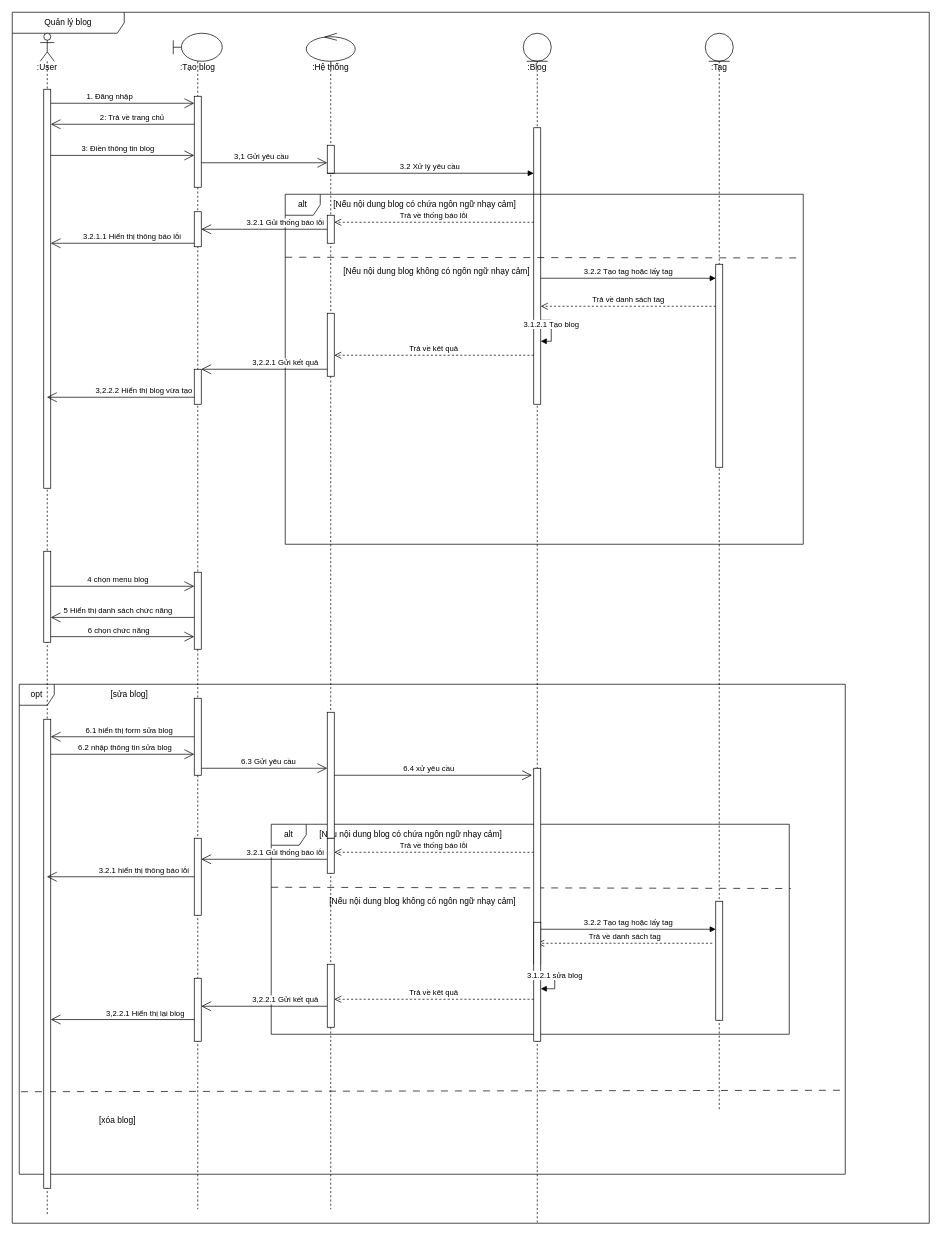
This is page "Page-4" (4 of 10) of BlogProject/BlogProject/DangKySequence.drawio from TranThanhHoang123/Blog, a draw.io file, before an edit. Source tidied: cells renumbered, new cells numbered last; positions are measured from the earlier drawing's top-left corner, leaving out a move shared by most shapes. Both pictures are drawn from the tidied source at 70%, with x=0, y=0 at pixel (12, 12).
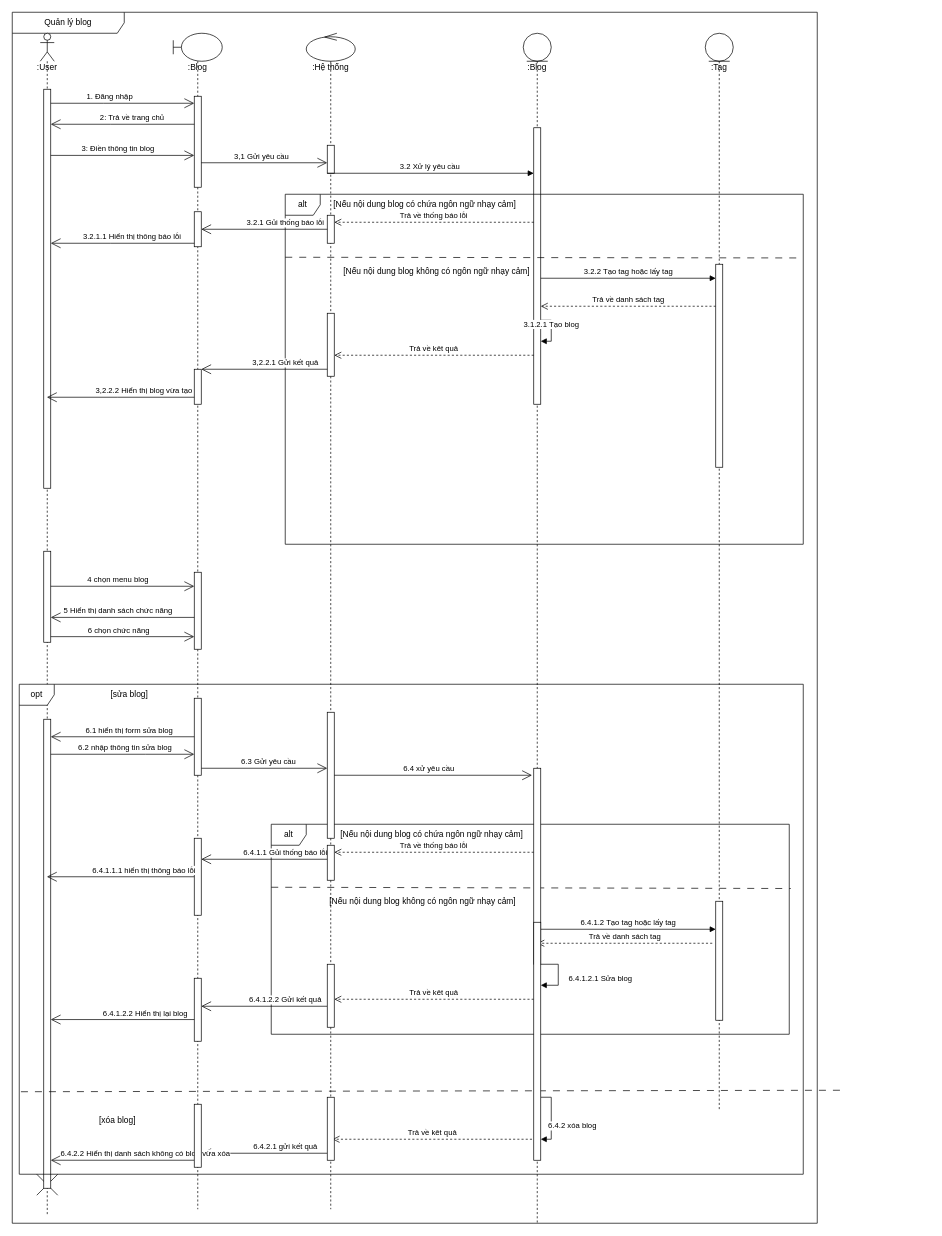
After the change.

The change refers to these unchanged cells:
```xml
<mxCell id="10" value="alt" style="shape=umlFrame;whiteSpace=wrap;html=1;width=50;" parent="3" vertex="1">
  <mxGeometry x="360" y="200" width="740" height="300" as="geometry" />
</mxCell>
<mxCell id="18" style="endArrow=open;endFill=1;endSize=12;html=1;rounded=0;" parent="3" edge="1">
  <mxGeometry relative="1" as="geometry">
    <mxPoint x="440" y="250" as="sourcePoint" />
    <mxPoint x="260" y="250" as="targetPoint" />
  </mxGeometry>
</mxCell>
<mxCell id="20" style="endArrow=open;endFill=1;endSize=12;html=1;rounded=0;" parent="3" edge="1">
  <mxGeometry relative="1" as="geometry">
    <mxPoint x="440" y="460" as="sourcePoint" />
    <mxPoint x="260" y="460" as="targetPoint" />
  </mxGeometry>
</mxCell>
<mxCell id="35" value="&lt;div&gt;&lt;br&gt;&lt;/div&gt;&lt;div&gt;&lt;br&gt;&lt;/div&gt;&lt;div&gt;&lt;br&gt;&lt;/div&gt;&lt;div&gt;&lt;br&gt;&lt;/div&gt;&lt;div&gt;:Hệ thống&lt;/div&gt;" style="shape=umlLifeline;perimeter=lifelinePerimeter;whiteSpace=wrap;html=1;newEdgeStyle={&quot;curved&quot;:0,&quot;rounded&quot;:0};participant=umlControl;size=40;" parent="2" vertex="1">
  <mxGeometry x="420" y="30" width="70" height="1680" as="geometry" />
</mxCell>
<mxCell id="42" value="&lt;div&gt;&lt;br&gt;&lt;/div&gt;&lt;div&gt;&lt;br&gt;&lt;/div&gt;&lt;div&gt;&lt;br&gt;&lt;/div&gt;&lt;div&gt;&lt;br&gt;&lt;/div&gt;&lt;div&gt;:Blog&lt;/div&gt;" style="shape=umlLifeline;perimeter=lifelinePerimeter;whiteSpace=wrap;html=1;newEdgeStyle={&quot;curved&quot;:0,&quot;rounded&quot;:0};participant=umlEntity;" parent="2" vertex="1">
  <mxGeometry x="730" y="30" width="40" height="1700" as="geometry" />
</mxCell>
<mxCell id="86" style="endArrow=open;endFill=1;endSize=12;html=1;rounded=0;" parent="2" edge="1" source="32" target="23">
  <mxGeometry relative="1" as="geometry" />
</mxCell>
<mxCell id="88" style="endArrow=open;endFill=1;endSize=12;html=1;rounded=0;" parent="2" edge="1">
  <mxGeometry relative="1" as="geometry">
    <mxPoint x="260" y="1439" as="sourcePoint" />
    <mxPoint x="55" y="1439" as="targetPoint" />
  </mxGeometry>
</mxCell>
```

What changed in the source:
```diff
@@
     <mxCell id="2" value="Quản lý blog" style="shape=umlFrame;whiteSpace=wrap;html=1;width=160;" parent="1" vertex="1">
-      <mxGeometry width="1310" height="1730" as="geometry" />
+      <mxGeometry width="1150" height="1730" as="geometry" />
     </mxCell>
+    <mxCell id="90" style="shape=umlDestroy;html=1;" parent="2" vertex="1">
+      <mxGeometry x="35" y="1660" width="30" height="30" as="geometry" />
+    </mxCell>
+    <mxCell id="23" value="&lt;div&gt;&lt;br&gt;&lt;/div&gt;&lt;div&gt;&lt;br&gt;&lt;/div&gt;&lt;div&gt;&lt;br&gt;&lt;/div&gt;&lt;div&gt;&lt;br&gt;&lt;/div&gt;&lt;div&gt;&lt;span style=&quot;background-color: initial;&quot;&gt;:User&lt;/span&gt;&lt;br&gt;&lt;/div&gt;" style="shape=umlLifeline;perimeter=lifelinePerimeter;whiteSpace=wrap;html=1;outlineConnect=0;portConstraint=eastwest;newEdgeStyle={&quot;curved&quot;:0,&quot;rounded&quot;:0};participant=umlActor;size=40;" parent="2" vertex="1">
+      <mxGeometry x="40" y="30" width="20" height="1690" as="geometry" />
+    </mxCell>
+    <mxCell id="24" style="html=1;points=[[0,0,0,0,5],[0,1,0,0,-5],[1,0,0,0,5],[1,1,0,0,-5]];perimeter=orthogonalPerimeter;outlineConnect=0;targetShapes=umlLifeline;portConstraint=eastwest;newEdgeStyle={&quot;curved&quot;:0,&quot;rounded&quot;:0};" parent="23" vertex="1">
+      <mxGeometry x="5" y="80" width="10" height="570" as="geometry" />
+    </mxCell>
+    <mxCell id="25" style="html=1;perimeter=orthogonalPerimeter;targetShapes=umlLifeline;newEdgeStyle={&quot;curved&quot;:0,&quot;rounded&quot;:0};" parent="23" vertex="1">
+      <mxGeometry x="5" y="740" width="10" height="130" as="geometry" />
+    </mxCell>
+    <mxCell id="26" style="html=1;points=[[0,0,0,0,5],[0,1,0,0,-5],[1,0,0,0,5],[1,1,0,0,-5]];perimeter=orthogonalPerimeter;outlineConnect=0;targetShapes=umlLifeline;portConstraint=eastwest;newEdgeStyle={&quot;curved&quot;:0,&quot;rounded&quot;:0};" parent="23" vertex="1">
+      <mxGeometry x="5" y="980" width="10" height="670" as="geometry" />
+    </mxCell>
     <mxCell id="3" value="opt" style="shape=umlFrame;whiteSpace=wrap;html=1;width=50;" parent="2" vertex="1">
-      <mxGeometry x="10" y="960" width="1180" height="700" as="geometry" />
+      <mxGeometry x="10" y="960" width="1120" height="700" as="geometry" />
     </mxCell>
@@
     <mxCell id="11" value="[Nếu nội dung blog có chứa ngôn ngữ nhạy cảm]" style="text;align=center;html=1;" parent="10" vertex="1">
       <mxGeometry width="100" height="20" relative="1" as="geometry">
-        <mxPoint x="149" as="offset" />
+        <mxPoint x="179" as="offset" />
       </mxGeometry>
     </mxCell>
@@
-    <mxCell id="16" value="3.2.2 Tạo tag hoặc lấy tag" style="html=1;verticalAlign=bottom;endArrow=block;curved=0;rounded=0;" parent="10" edge="1">
+    <mxCell id="16" value="6.4.1.2 Tạo tag hoặc lấy tag" style="html=1;verticalAlign=bottom;endArrow=block;curved=0;rounded=0;" parent="10" edge="1">
       <mxGeometry relative="1" as="geometry">
         <mxPoint x="385" y="150" as="sourcePoint" />
         <mxPoint x="635" y="150" as="targetPoint" />
       </mxGeometry>
     </mxCell>
@@
-    <mxCell id="19" value="3.2.1 Gủi thống báo lỗi" style="edgeLabel;html=1;align=center;verticalAlign=middle;" parent="18" vertex="1">
+    <mxCell id="19" value="6.4.1.1 Gủi thống báo lỗi" style="edgeLabel;html=1;align=center;verticalAlign=middle;" parent="18" vertex="1">
       <mxGeometry x="-0.19" relative="1" as="geometry">
         <mxPoint x="12" y="-10" as="offset" />
       </mxGeometry>
     </mxCell>
@@
-    <mxCell id="21" value="3,2.2.1 Gửi kết quả" style="edgeLabel;html=1;align=center;verticalAlign=middle;" parent="20" vertex="1">
+    <mxCell id="21" value="6.4.1.2.2 Gửi kết quả" style="edgeLabel;html=1;align=center;verticalAlign=middle;" parent="20" vertex="1">
       <mxGeometry x="-0.19" relative="1" as="geometry">
         <mxPoint x="12" y="-10" as="offset" />
       </mxGeometry>
     </mxCell>
+    <mxCell id="91" value="6.4.2 xóa blog" style="html=1;verticalAlign=bottom;endArrow=block;curved=0;rounded=0;" parent="3" edge="1">
+      <mxGeometry x="0.44" y="30" relative="1" as="geometry">
+        <mxPoint x="745" y="590" as="sourcePoint" />
+        <mxPoint x="745" y="650" as="targetPoint" />
+        <Array as="points">
+          <mxPoint x="760" y="590" />
+          <mxPoint x="760" y="650" />
+        </Array>
+      </mxGeometry>
+    </mxCell>
@@
-    <mxCell id="23" value="&lt;div&gt;&lt;br&gt;&lt;/div&gt;&lt;div&gt;&lt;br&gt;&lt;/div&gt;&lt;div&gt;&lt;br&gt;&lt;/div&gt;&lt;div&gt;&lt;br&gt;&lt;/div&gt;&lt;div&gt;&lt;span style=&quot;background-color: initial;&quot;&gt;:User&lt;/span&gt;&lt;br&gt;&lt;/div&gt;" style="shape=umlLifeline;perimeter=lifelinePerimeter;whiteSpace=wrap;html=1;outlineConnect=0;portConstraint=eastwest;newEdgeStyle={&quot;curved&quot;:0,&quot;rounded&quot;:0};participant=umlActor;size=40;" parent="2" vertex="1">
-      <mxGeometry x="40" y="30" width="20" height="1690" as="geometry" />
-    </mxCell>
-    <mxCell id="24" style="html=1;points=[[0,0,0,0,5],[0,1,0,0,-5],[1,0,0,0,5],[1,1,0,0,-5]];perimeter=orthogonalPerimeter;outlineConnect=0;targetShapes=umlLifeline;portConstraint=eastwest;newEdgeStyle={&quot;curved&quot;:0,&quot;rounded&quot;:0};" parent="23" vertex="1">
-      <mxGeometry x="5" y="80" width="10" height="570" as="geometry" />
-    </mxCell>
-    <mxCell id="25" style="html=1;perimeter=orthogonalPerimeter;targetShapes=umlLifeline;newEdgeStyle={&quot;curved&quot;:0,&quot;rounded&quot;:0};" parent="23" vertex="1">
-      <mxGeometry x="5" y="740" width="10" height="130" as="geometry" />
-    </mxCell>
-    <mxCell id="26" style="html=1;points=[[0,0,0,0,5],[0,1,0,0,-5],[1,0,0,0,5],[1,1,0,0,-5]];perimeter=orthogonalPerimeter;outlineConnect=0;targetShapes=umlLifeline;portConstraint=eastwest;newEdgeStyle={&quot;curved&quot;:0,&quot;rounded&quot;:0};" parent="23" vertex="1">
-      <mxGeometry x="5" y="980" width="10" height="670" as="geometry" />
-    </mxCell>
+    <mxCell id="92" value="Trả về kêt quả" style="endArrow=open;startArrow=none;endFill=0;startFill=0;endSize=8;html=1;verticalAlign=bottom;dashed=1;labelBackgroundColor=none;rounded=0;" parent="3" edge="1">
+      <mxGeometry relative="1" as="geometry">
+        <mxPoint x="732.5" y="650" as="sourcePoint" />
+        <mxPoint x="447.5" y="650" as="targetPoint" />
+      </mxGeometry>
+    </mxCell>
+    <mxCell id="93" style="endArrow=open;endFill=1;endSize=12;html=1;rounded=0;" parent="3" edge="1" target="97">
+      <mxGeometry relative="1" as="geometry">
+        <mxPoint x="440" y="670" as="sourcePoint" />
+      </mxGeometry>
+    </mxCell>
+    <mxCell id="94" value="6.4.2.1 gửi kết quả" style="edgeLabel;html=1;align=center;verticalAlign=middle;" parent="93" vertex="1">
+      <mxGeometry x="-0.19" relative="1" as="geometry">
+        <mxPoint x="12" y="-10" as="offset" />
+      </mxGeometry>
+    </mxCell>
+    <mxCell id="95" style="endArrow=open;endFill=1;endSize=12;html=1;rounded=0;" parent="3" edge="1">
+      <mxGeometry relative="1" as="geometry">
+        <mxPoint x="250" y="680" as="sourcePoint" />
+        <mxPoint x="45" y="680" as="targetPoint" />
+      </mxGeometry>
+    </mxCell>
+    <mxCell id="96" value="6.4.2.2 Hiển thị danh sách không có blog vừa xóa" style="edgeLabel;html=1;align=center;verticalAlign=middle;" parent="95" vertex="1">
+      <mxGeometry x="-0.19" relative="1" as="geometry">
+        <mxPoint x="12" y="-10" as="offset" />
+      </mxGeometry>
+    </mxCell>
-    <mxCell id="27" value="&lt;div&gt;&lt;br&gt;&lt;/div&gt;&lt;div&gt;&lt;br&gt;&lt;/div&gt;&lt;div&gt;&lt;br&gt;&lt;/div&gt;&lt;div&gt;&lt;br&gt;&lt;/div&gt;&lt;div&gt;:Tạo blog&lt;/div&gt;" style="shape=umlLifeline;perimeter=lifelinePerimeter;whiteSpace=wrap;html=1;newEdgeStyle={&quot;curved&quot;:0,&quot;rounded&quot;:0};participant=umlBoundary;" parent="2" vertex="1">
+    <mxCell id="27" value="&lt;div&gt;&lt;br&gt;&lt;/div&gt;&lt;div&gt;&lt;br&gt;&lt;/div&gt;&lt;div&gt;&lt;br&gt;&lt;/div&gt;&lt;div&gt;&lt;br&gt;&lt;/div&gt;&lt;div&gt;:Blog&lt;/div&gt;" style="shape=umlLifeline;perimeter=lifelinePerimeter;whiteSpace=wrap;html=1;newEdgeStyle={&quot;curved&quot;:0,&quot;rounded&quot;:0};participant=umlBoundary;" parent="2" vertex="1">
       <mxGeometry x="230" y="30" width="70" height="1680" as="geometry" />
     </mxCell>
@@
+    <mxCell id="97" style="html=1;points=[[0,0,0,0,5],[0,1,0,0,-5],[1,0,0,0,5],[1,1,0,0,-5]];perimeter=orthogonalPerimeter;outlineConnect=0;targetShapes=umlLifeline;portConstraint=eastwest;newEdgeStyle={&quot;curved&quot;:0,&quot;rounded&quot;:0};" parent="27" vertex="1">
+      <mxGeometry x="30" y="1530" width="10" height="90" as="geometry" />
+    </mxCell>
@@
     <mxCell id="40" style="html=1;perimeter=orthogonalPerimeter;targetShapes=umlLifeline;newEdgeStyle={&quot;curved&quot;:0,&quot;rounded&quot;:0};" parent="35" vertex="1">
-      <mxGeometry x="30" y="1150" width="10" height="50" as="geometry" />
+      <mxGeometry x="30" y="1160" width="10" height="50" as="geometry" />
     </mxCell>
@@
+    <mxCell id="98" style="html=1;perimeter=orthogonalPerimeter;targetShapes=umlLifeline;newEdgeStyle={&quot;curved&quot;:0,&quot;rounded&quot;:0};" parent="35" vertex="1">
+      <mxGeometry x="30" y="1520" width="10" height="90" as="geometry" />
+    </mxCell>
@@
     <mxCell id="46" style="html=1;points=[[0,0,0,0,5],[0,1,0,0,-5],[1,0,0,0,5],[1,1,0,0,-5]];perimeter=orthogonalPerimeter;outlineConnect=0;targetShapes=umlLifeline;portConstraint=eastwest;newEdgeStyle={&quot;curved&quot;:0,&quot;rounded&quot;:0};" parent="42" vertex="1">
-      <mxGeometry x="15" y="1270" width="10" height="170" as="geometry" />
+      <mxGeometry x="15" y="1270" width="10" height="340" as="geometry" />
     </mxCell>
-    <mxCell id="47" value="3.1.2.1 sửa blog" style="html=1;verticalAlign=bottom;endArrow=block;rounded=0;elbow=vertical;" parent="42" edge="1" source="46" target="46">
-      <mxGeometry relative="1" as="geometry" />
+    <mxCell id="47" value="6.4.1.2.1 Sửa blog" style="html=1;verticalAlign=bottom;endArrow=block;curved=0;rounded=0;" parent="42" edge="1" source="46" target="46">
+      <mxGeometry x="0.38" y="-60" relative="1" as="geometry">
+        <Array as="points">
+          <mxPoint x="50" y="1330" />
+          <mxPoint x="50" y="1360" />
+        </Array>
+        <mxPoint x="60" y="60" as="offset" />
+      </mxGeometry>
     </mxCell>
@@
-    <mxCell id="87" value="3.2.1 hiển thị thông báo lỗi" style="edgeLabel;html=1;align=center;verticalAlign=middle;" parent="86" vertex="1">
+    <mxCell id="87" value="6.4.1.1.1 hiển thị thông báo lỗi" style="edgeLabel;html=1;align=center;verticalAlign=middle;" parent="86" vertex="1">
       <mxGeometry x="-0.19" relative="1" as="geometry">
         <mxPoint x="12" y="-10" as="offset" />
       </mxGeometry>
     </mxCell>
@@
-    <mxCell id="89" value="3,2.2.1 Hiển thị lại blog" style="edgeLabel;html=1;align=center;verticalAlign=middle;" parent="88" vertex="1">
+    <mxCell id="89" value="6.4.1.2.2 Hiển thị lại blog" style="edgeLabel;html=1;align=center;verticalAlign=middle;" parent="88" vertex="1">
       <mxGeometry x="-0.19" relative="1" as="geometry">
         <mxPoint x="12" y="-10" as="offset" />
       </mxGeometry>
     </mxCell>
```
